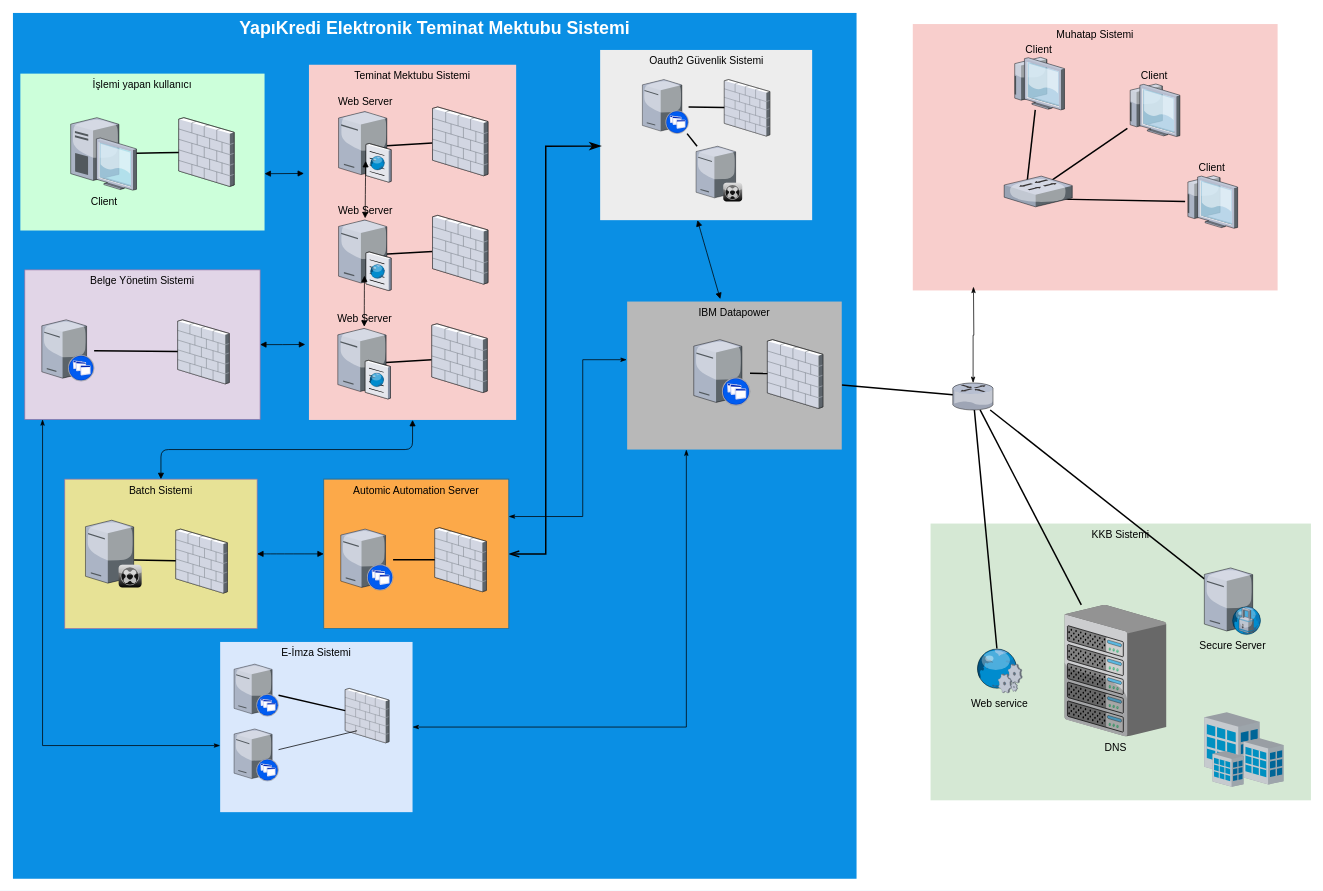
dEMonaRE/etmp keeps this draw.io diagram as etmp.drawio. Above is the earlier version. Source tidied: cells renumbered, new cells numbered last; positions are measured from the earlier drawing's top-left corner, leaving out a move shared by most shapes. Both pictures are drawn from the tidied source at 74%, with x=0, y=0 at pixel (13, 13).
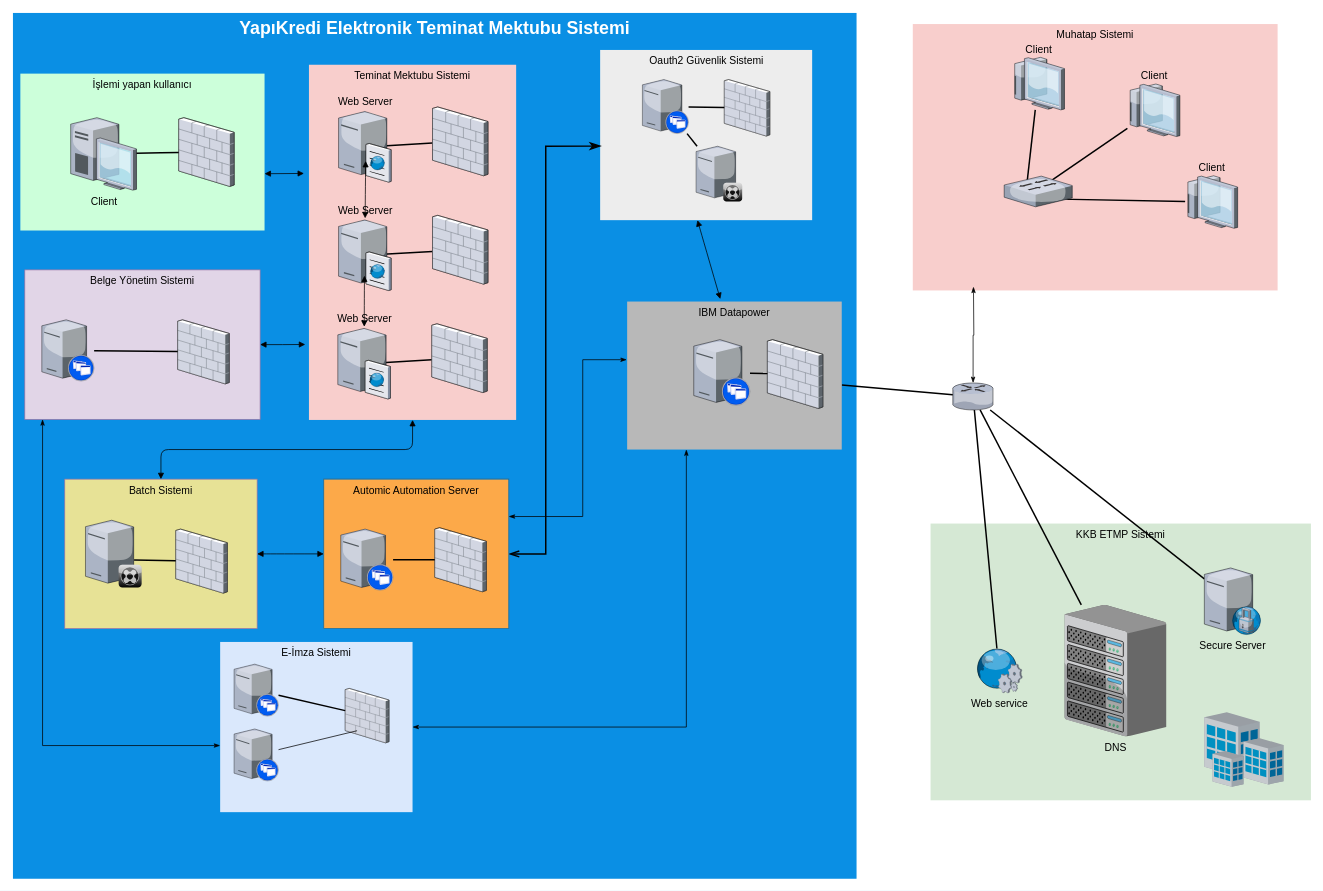
The same diagram, later.

Change to the diagram source:
```diff
@@
-    <mxCell id="5" value="KKB Sistemi" style="whiteSpace=wrap;html=1;fillColor=#d5e8d4;fontSize=14;strokeColor=none;verticalAlign=top;" parent="1" vertex="1">
+    <mxCell id="5" value="KKB ETMP Sistemi" style="whiteSpace=wrap;html=1;fillColor=#d5e8d4;fontSize=14;strokeColor=none;verticalAlign=top;" parent="1" vertex="1">
       <mxGeometry x="1240" y="690" width="514" height="374" as="geometry" />
     </mxCell>
```
